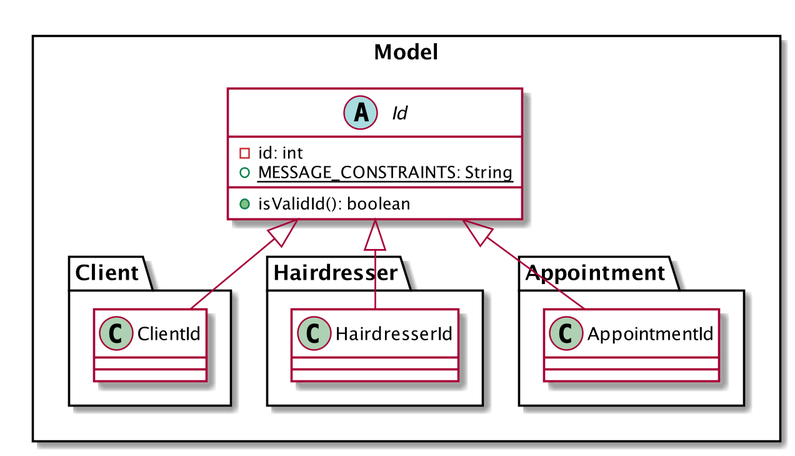
ya0-yuan/tp keeps this PlantUML diagram as docs/images/IDClassDiagram.png. Above is the earlier version. The source it was exported from:
```plantuml
@startuml


skinparam arrowThickness 1.1
skinparam classBackgroundColor MODEL_COLOR

Package Model <<Rectangle>>{
Abstract Class Id {
- id: int
{static} + MESSAGE_CONSTRAINTS: String
+ isValidId(): boolean
}

Package Client {
Class ClientId {
}
}

Package Hairdresser {
Class HairdresserId
}

Package Appointment {
Class AppointmentId
}

HairdresserId -up-|> Id
ClientId -up-|> Id
AppointmentId -up-|> Id

@enduml
```
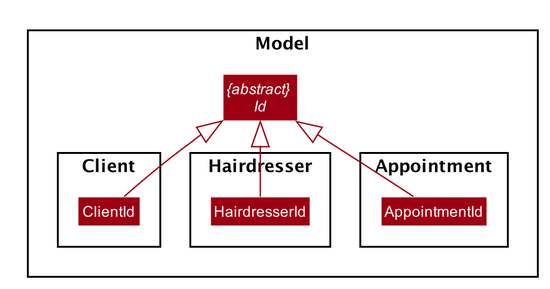
After the change.

Change to the diagram source:
```diff
@@ -1,14 +1,59 @@
 @startuml
 
 
+
+
+
+
+
+
+skinparam BackgroundColor #FFFFFFF
+
+skinparam Shadowing false
+
+skinparam Class {
+    FontColor #FFFFFF
+    BorderThickness 1
+    BorderColor #FFFFFF
+    StereotypeFontColor #FFFFFF
+    FontName Arial
+}
+
+skinparam Actor {
+    BorderColor #000000
+    Color #000000
+    FontName Arial
+}
+
+skinparam Sequence {
+    MessageAlign center
+    BoxFontSize 15
+    BoxPadding 0
+    BoxFontColor #FFFFFF
+    FontName Arial
+}
+
+skinparam Participant {
+    FontColor #FFFFFFF
+    Padding 20
+}
+
+skinparam MinClassWidth 50
+skinparam ParticipantPadding 10
+skinparam Shadowing false
+skinparam DefaultTextAlignment center
+skinparam packageStyle Rectangle
+
+hide footbox
+hide members
+hide circle
 skinparam arrowThickness 1.1
-skinparam classBackgroundColor MODEL_COLOR
+skinparam arrowColor #9D0012
+skinparam classBackgroundColor #9D0012
 
 Package Model <<Rectangle>>{
-Abstract Class Id {
-- id: int
-{static} + MESSAGE_CONSTRAINTS: String
-+ isValidId(): boolean
+Abstract Class "{abstract} \nId" as Id {
+
 }
 
 Package Client {
```
